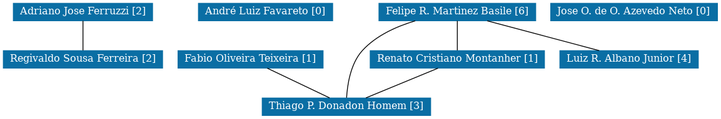
The Graphviz diagram grafoDeColaboracoesSemPesos.png in Data-Science-Research/colaboracaoacademicaGITES, before a commit. Its source is kept beside it as grafoDeColaboracoesSemPesos.dot. Source of this version:
```dot
strict graph grafo1 {
	graph [bb="0,0,856.5,135",
		id=grafo1,
		overlap=False
	];
	node [fontsize=12,
		label="\N",
		shape=rectangle,
		style=filled
	];
	0	[URL="membro-5813261133047060.html",
		color="#0A6EA4",
		fontcolor="#FFFFFF",
		height=0.29167,
		label="Adriano Jose Ferruzzi [2]",
		pos="95.5,124.5",
		width=2.3194];
	5	[URL="membro-8291123108448027.html",
		color="#0A6EA4",
		fontcolor="#FFFFFF",
		height=0.29167,
		label="Regivaldo Sousa Ferreira [2]",
		pos="95.5,67.5",
		width=2.6528];
	0 -- 5	[pos="95.5,113.92 95.5,103.95 95.5,88.408 95.5,78.341"];
	1	[URL="membro-1741814375809802.html",
		color="#0A6EA4",
		fontcolor="#FFFFFF",
		height=0.29167,
		label="André Luiz Favareto [0]",
		pos="314.5,124.5",
		width=2.2361];
	2	[URL="membro-9543740522912391.html",
		color="#0A6EA4",
		fontcolor="#FFFFFF",
		height=0.29167,
		label="Fabio Oliveira Teixeira [1]",
		pos="296.5,67.5",
		width=2.4167];
	8	[URL="membro-6109272293288485.html",
		color="#0A6EA4",
		fontcolor="#FFFFFF",
		height=0.29167,
		label="Thiago P. Donadon Homem [3]",
		pos="411.5,10.5",
		width=2.8056];
	2 -- 8	[pos="316.53,56.92 337.51,46.886 370.28,31.216 391.31,21.155"];
	3	[URL="membro-6413817150886826.html",
		color="#0A6EA4",
		fontcolor="#FFFFFF",
		height=0.29167,
		label="Felipe R. Martinez Basile [6]",
		pos="544.5,124.5",
		width=2.6111];
	3 -- 8	[pos="494.09,113.93 471.82,107.31 447,96.264 430.5,78 416.01,61.962 412.5,35.601 411.7,21.362"];
	6	[URL="membro-0270118728577579.html",
		color="#0A6EA4",
		fontcolor="#FFFFFF",
		height=0.29167,
		label="Renato Cristiano Montanher [1]",
		pos="544.5,67.5",
		width=2.9028];
	3 -- 6	[pos="544.5,113.92 544.5,103.95 544.5,88.408 544.5,78.341"];
	7	[URL="membro-8754322948547165.html",
		color="#0A6EA4",
		fontcolor="#FFFFFF",
		height=0.29167,
		label="Luiz R. Albano Junior [4]",
		pos="750.5,67.5",
		width=2.3056];
	3 -- 7	[pos="580.38,113.92 618.08,103.86 677.01,88.12 714.68,78.063"];
	6 -- 8	[pos="521.33,56.92 497.07,46.886 459.18,31.216 434.85,21.155"];
	4	[URL="membro-1241031809486285.html",
		color="#0A6EA4",
		fontcolor="#FFFFFF",
		height=0.29167,
		label="Jose O. de O. Azevedo Neto [0]",
		pos="756.5,124.5",
		width=2.7778];
}
```
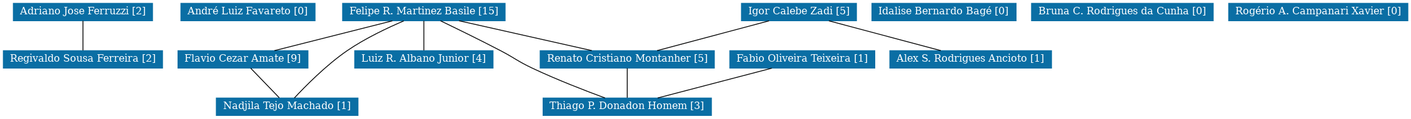
The same file after the commit.

Change to the diagram source:
```diff
@@ -1,5 +1,5 @@
 strict graph grafo1 {
-	graph [bb="0,0,856.5,135",
+	graph [bb="0,0,1685,135",
 		id=grafo1,
 		overlap=False
 	];
@@ -15,66 +15,113 @@
 		label="Adriano Jose Ferruzzi [2]",
 		pos="95.5,124.5",
 		width=2.3194];
-	5	[URL="membro-8291123108448027.html",
+	8	[URL="membro-8291123108448027.html",
 		color="#0A6EA4",
 		fontcolor="#FFFFFF",
 		height=0.29167,
 		label="Regivaldo Sousa Ferreira [2]",
 		pos="95.5,67.5",
 		width=2.6528];
-	0 -- 5	[pos="95.5,113.92 95.5,103.95 95.5,88.408 95.5,78.341"];
+	0 -- 8	[pos="95.5,113.92 95.5,103.95 95.5,88.408 95.5,78.341"];
 	1	[URL="membro-1741814375809802.html",
 		color="#0A6EA4",
 		fontcolor="#FFFFFF",
 		height=0.29167,
 		label="André Luiz Favareto [0]",
-		pos="314.5,124.5",
+		pos="293.5,124.5",
 		width=2.2361];
 	2	[URL="membro-9543740522912391.html",
 		color="#0A6EA4",
 		fontcolor="#FFFFFF",
 		height=0.29167,
 		label="Fabio Oliveira Teixeira [1]",
-		pos="296.5,67.5",
+		pos="958.5,67.5",
 		width=2.4167];
-	8	[URL="membro-6109272293288485.html",
+	13	[URL="membro-6109272293288485.html",
 		color="#0A6EA4",
 		fontcolor="#FFFFFF",
 		height=0.29167,
 		label="Thiago P. Donadon Homem [3]",
-		pos="411.5,10.5",
+		pos="748.5,10.5",
 		width=2.8056];
-	2 -- 8	[pos="316.53,56.92 337.51,46.886 370.28,31.216 391.31,21.155"];
+	2 -- 13	[pos="921.92,56.92 883.49,46.856 823.41,31.12 785.01,21.063"];
 	3	[URL="membro-6413817150886826.html",
 		color="#0A6EA4",
 		fontcolor="#FFFFFF",
 		height=0.29167,
-		label="Felipe R. Martinez Basile [6]",
-		pos="544.5,124.5",
-		width=2.6111];
-	3 -- 8	[pos="494.09,113.93 471.82,107.31 447,96.264 430.5,78 416.01,61.962 412.5,35.601 411.7,21.362"];
-	6	[URL="membro-0270118728577579.html",
+		label="Felipe R. Martinez Basile [15]",
+		pos="504.5,124.5",
+		width=2.7083];
+	3 -- 13	[pos="524.37,114 543.1,104.96 571.87,90.887 596.5,78 613.6,69.054 617.06,65.259 634.5,57 663.77,43.136 698.47,29.695 721.84,21.062"];
+	4	[URL="membro-8976791755900010.html",
 		color="#0A6EA4",
 		fontcolor="#FFFFFF",
 		height=0.29167,
-		label="Renato Cristiano Montanher [1]",
-		pos="544.5,67.5",
-		width=2.9028];
-	3 -- 6	[pos="544.5,113.92 544.5,103.95 544.5,88.408 544.5,78.341"];
+		label="Flavio Cezar Amate [9]",
+		pos="287.5,67.5",
+		width=2.1667];
+	3 -- 4	[pos="466.7,113.92 426.99,103.86 364.91,88.12 325.23,78.063"];
 	7	[URL="membro-8754322948547165.html",
 		color="#0A6EA4",
 		fontcolor="#FFFFFF",
 		height=0.29167,
 		label="Luiz R. Albano Junior [4]",
-		pos="750.5,67.5",
+		pos="504.5,67.5",
 		width=2.3056];
-	3 -- 7	[pos="580.38,113.92 618.08,103.86 677.01,88.12 714.68,78.063"];
-	6 -- 8	[pos="521.33,56.92 497.07,46.886 459.18,31.216 434.85,21.155"];
-	4	[URL="membro-1241031809486285.html",
+	3 -- 7	[pos="504.5,113.92 504.5,103.95 504.5,88.408 504.5,78.341"];
+	9	[URL="membro-0270118728577579.html",
 		color="#0A6EA4",
 		fontcolor="#FFFFFF",
 		height=0.29167,
-		label="Jose O. de O. Azevedo Neto [0]",
-		pos="756.5,124.5",
-		width=2.7778];
+		label="Renato Cristiano Montanher [5]",
+		pos="748.5,67.5",
+		width=2.9028];
+	3 -- 9	[pos="546.72,113.98 591.33,103.93 661.26,88.165 705.98,78.085"];
+	14	[URL="membro-0112108049902805.html",
+		color="#0A6EA4",
+		fontcolor="#FFFFFF",
+		height=0.29167,
+		label="Nadjila Tejo Machado [1]",
+		pos="340.5,10.5",
+		width=2.3611];
+	3 -- 14	[pos="480.4,113.85 461.21,105.64 434.08,92.844 412.5,78 387.26,60.643 361.92,34.818 349.1,21.014"];
+	4 -- 14	[pos="296.73,56.92 306.34,46.948 321.32,31.408 331.02,21.341"];
+	9 -- 13	[pos="748.5,56.92 748.5,46.948 748.5,31.408 748.5,21.341"];
+	5	[URL="membro-0255523082900191.html",
+		color="#0A6EA4",
+		fontcolor="#FFFFFF",
+		height=0.29167,
+		label="Idalise Bernardo Bagé [0]",
+		pos="1128.5,124.5",
+		width=2.4028];
+	6	[URL="membro-0150761926799891.html",
+		color="#0A6EA4",
+		fontcolor="#FFFFFF",
+		height=0.29167,
+		label="Igor Calebe Zadi [5]",
+		pos="954.5,124.5",
+		width=1.9167];
+	6 -- 9	[pos="918.62,113.92 880.92,103.86 821.99,88.12 784.32,78.063"];
+	10	[URL="membro-7290375482443455.html",
+		color="#0A6EA4",
+		fontcolor="#FFFFFF",
+		height=0.29167,
+		label="Alex S. Rodrigues Ancioto [1]",
+		pos="1160.5,67.5",
+		width=2.6944];
+	6 -- 10	[pos="990.38,113.92 1028.1,103.86 1087,88.12 1124.7,78.063"];
+	11	[URL="membro-5631261956953546.html",
+		color="#0A6EA4",
+		fontcolor="#FFFFFF",
+		height=0.29167,
+		label="Bruna C. Rodrigues da Cunha [0]",
+		pos="1342.5,124.5",
+		width=3.0278];
+	12	[URL="membro-5904768897181890.html",
+		color="#0A6EA4",
+		fontcolor="#FFFFFF",
+		height=0.29167,
+		label="Rogério A. Campanari Xavier [0]",
+		pos="1577.5,124.5",
+		width=2.9861];
 }
```
